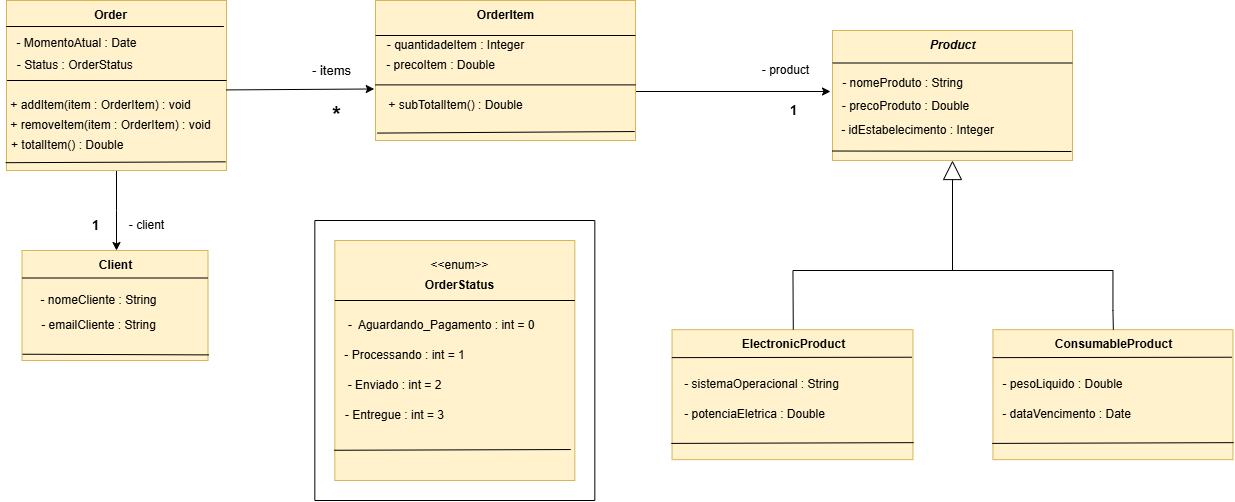
devpaulojr/OrderingSystem keeps this draw.io diagram as Imagens/Arquitetura_updated.drawio.png. Above is the earlier version. Source tidied: cells renumbered, new cells last; positions are measured from the earlier drawing's top-left corner, leaving out a move shared by most shapes.
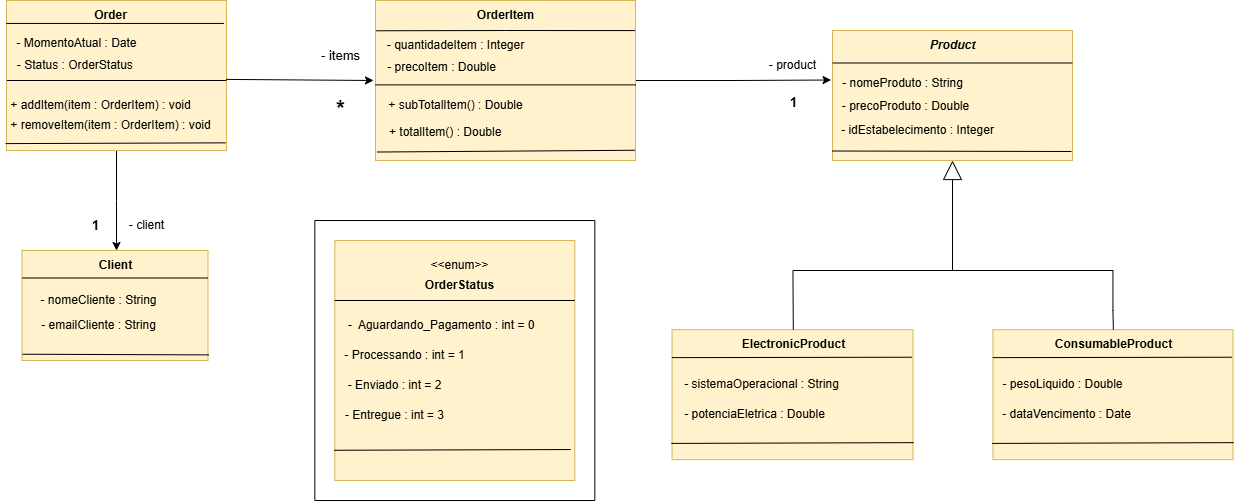
Above is the later version.

Diff of the diagram source:
```diff
@@ -2,13 +2,19 @@
   <root>
     <mxCell id="0" />
     <mxCell id="1" parent="0" />
+    <mxCell id="71" style="edgeStyle=orthogonalEdgeStyle;rounded=0;jettySize=auto;html=1;entryX=-0.01;entryY=0.238;entryDx=0;entryDy=0;entryPerimeter=0;" parent="1" edge="1" source="18" target="27">
+      <mxGeometry relative="1" as="geometry" />
+    </mxCell>
+    <mxCell id="18" style="rounded=0;whiteSpace=wrap;html=1;fillColor=#fff2cc;strokeColor=#d6b656;" parent="1" vertex="1">
+      <mxGeometry x="375" width="260" height="160" as="geometry" />
+    </mxCell>
     <mxCell id="2" style="edgeStyle=orthogonalEdgeStyle;rounded=0;jettySize=auto;html=1;exitX=0.5;exitY=1;exitDx=0;exitDy=0;" parent="1" edge="1" source="3">
       <mxGeometry relative="1" as="geometry">
         <mxPoint x="116" y="250" as="targetPoint" />
       </mxGeometry>
     </mxCell>
     <mxCell id="3" style="rounded=0;whiteSpace=wrap;html=1;fillColor=#fff2cc;strokeColor=#d6b656;" parent="1" vertex="1">
-      <mxGeometry x="6" width="220" height="170" as="geometry" />
+      <mxGeometry x="6" width="220" height="150" as="geometry" />
     </mxCell>
     <mxCell id="4" style="endArrow=none;html=1;rounded=0;exitX=-0.001;exitY=0.153;exitDx=0;exitDy=0;entryX=0.988;entryY=0.153;entryDx=0;entryDy=0;entryPerimeter=0;exitPerimeter=0;" parent="1" edge="1" source="3" target="3">
       <mxGeometry relative="1" as="geometry" />
@@ -35,7 +41,7 @@
       <mxGeometry y="110" width="220" height="30" as="geometry" />
     </mxCell>
     <mxCell id="11" value="+ totalItem() : Double&amp;nbsp;&amp;nbsp;" style="text;html=1;align=center;verticalAlign=middle;strokeColor=none;fillColor=none;" parent="1" vertex="1">
-      <mxGeometry y="130" width="140" height="30" as="geometry" />
+      <mxGeometry x="378" y="117" width="140" height="30" as="geometry" />
     </mxCell>
     <mxCell id="12" style="rounded=0;whiteSpace=wrap;html=1;fillColor=#fff2cc;strokeColor=#d6b656;" parent="1" vertex="1">
       <mxGeometry x="21.5" y="250" width="186" height="110" as="geometry" />
@@ -52,27 +58,21 @@
     <mxCell id="16" style="endArrow=none;html=1;rounded=0;entryX=0;entryY=0.25;entryDx=0;entryDy=0;exitX=1;exitY=0.25;exitDx=0;exitDy=0;" parent="1" edge="1" source="12" target="12">
       <mxGeometry relative="1" as="geometry" />
     </mxCell>
-    <mxCell id="17" style="edgeStyle=orthogonalEdgeStyle;rounded=0;jettySize=auto;html=1;exitX=1;exitY=0.75;exitDx=0;exitDy=0;entryX=0;entryY=0;entryDx=0;entryDy=0;entryPerimeter=0;" parent="1" edge="1" source="18" target="28">
-      <mxGeometry relative="1" as="geometry">
-        <Array as="points">
-          <mxPoint x="626" y="90" />
-        </Array>
-      </mxGeometry>
-    </mxCell>
-    <mxCell id="18" style="rounded=0;whiteSpace=wrap;html=1;fillColor=#fff2cc;strokeColor=#d6b656;" parent="1" vertex="1">
-      <mxGeometry x="375" width="260" height="140" as="geometry" />
-    </mxCell>
     <mxCell id="19" value="&lt;b&gt;OrderItem&lt;/b&gt;" style="text;html=1;align=center;verticalAlign=middle;strokeColor=none;fillColor=none;" parent="1" vertex="1">
       <mxGeometry x="465" width="80" height="30" as="geometry" />
     </mxCell>
-    <mxCell id="20" style="endArrow=none;html=1;rounded=0;entryX=1;entryY=0.25;entryDx=0;entryDy=0;exitX=0;exitY=0.25;exitDx=0;exitDy=0;elbow=vertical;" parent="1" edge="1" source="18" target="18">
-      <mxGeometry relative="1" as="geometry" />
+    <mxCell id="20" style="endArrow=none;html=1;rounded=0;entryX=0.998;entryY=0.188;entryDx=0;entryDy=0;exitX=0.005;exitY=0.009;exitDx=0;exitDy=0;elbow=vertical;exitPerimeter=0;entryPerimeter=0;" parent="1" edge="1" source="21" target="18">
+      <mxGeometry relative="1" as="geometry">
+        <Array as="points">
+          <mxPoint x="505" y="30" />
+        </Array>
+      </mxGeometry>
     </mxCell>
     <mxCell id="21" value="- quantidadeItem : Integer" style="text;html=1;align=center;verticalAlign=middle;points=[];strokeColor=none;fillColor=none;" parent="1" vertex="1">
       <mxGeometry x="375" y="30" width="160" height="30" as="geometry" />
     </mxCell>
     <mxCell id="22" value="- precoItem : Double" style="text;html=1;align=center;verticalAlign=middle;strokeColor=none;fillColor=none;" parent="1" vertex="1">
-      <mxGeometry x="375" y="50" width="130" height="30" as="geometry" />
+      <mxGeometry x="376" y="52" width="130" height="30" as="geometry" />
     </mxCell>
     <mxCell id="23" style="endArrow=none;html=1;rounded=0;entryX=1;entryY=0.75;entryDx=0;entryDy=0;exitX=0;exitY=0.75;exitDx=0;exitDy=0;" parent="1" edge="1">
       <mxGeometry relative="1" as="geometry">
@@ -164,10 +164,10 @@
       </mxGeometry>
     </mxCell>
     <mxCell id="47" value="&lt;b style=&quot;font-size: 22px;&quot;&gt;*&lt;/b&gt;" style="text;html=1;align=center;verticalAlign=middle;strokeColor=none;fillColor=none;spacingTop=-1;fontSize=22;" parent="1" vertex="1">
-      <mxGeometry x="321" y="95" width="30" height="40" as="geometry" />
+      <mxGeometry x="325" y="90" width="30" height="40" as="geometry" />
     </mxCell>
     <mxCell id="48" value="- items" style="text;html=1;align=center;verticalAlign=middle;strokeColor=none;fillColor=none;fontSize=13;" parent="1" vertex="1">
-      <mxGeometry x="301" y="55" width="60" height="30" as="geometry" />
+      <mxGeometry x="310" y="40" width="60" height="30" as="geometry" />
     </mxCell>
     <mxCell id="49" value="&lt;b&gt;&lt;font style=&quot;font-size: 13px;&quot;&gt;1&lt;/font&gt;&lt;/b&gt;" style="text;html=1;align=center;verticalAlign=middle;strokeColor=none;fillColor=none;" parent="1" vertex="1">
       <mxGeometry x="80" y="210" width="30" height="30" as="geometry" />
@@ -176,10 +176,10 @@
       <mxGeometry x="116" y="210" width="60" height="30" as="geometry" />
     </mxCell>
     <mxCell id="51" value="- product" style="text;html=1;align=center;verticalAlign=middle;strokeColor=none;fillColor=none;" parent="1" vertex="1">
-      <mxGeometry x="750" y="55" width="70" height="30" as="geometry" />
+      <mxGeometry x="757" y="50" width="70" height="30" as="geometry" />
     </mxCell>
     <mxCell id="52" value="&lt;b&gt;&lt;font style=&quot;font-size: 13px;&quot;&gt;1&lt;/font&gt;&lt;/b&gt;" style="text;html=1;align=center;verticalAlign=middle;strokeColor=none;fillColor=none;" parent="1" vertex="1">
-      <mxGeometry x="778.2" y="95" width="30" height="30" as="geometry" />
+      <mxGeometry x="778.2" y="87" width="30" height="30" as="geometry" />
     </mxCell>
     <mxCell id="53" style="rounded=0;whiteSpace=wrap;html=1;fillColor=#fff2cc;strokeColor=#d6b656;" parent="1" vertex="1">
       <mxGeometry x="671.6" y="329.2" width="240.9" height="130" as="geometry" />
@@ -238,8 +238,10 @@
         <mxPoint x="952" y="270" as="sourcePoint" />
       </mxGeometry>
     </mxCell>
-    <mxCell id="68" style="endArrow=classic;html=1;rounded=0;exitX=0.998;exitY=0.526;exitDx=0;exitDy=0;exitPerimeter=0;entryX=-0.005;entryY=0.632;entryDx=0;entryDy=0;entryPerimeter=0;" parent="1" edge="1" source="3" target="18">
-      <mxGeometry relative="1" as="geometry" />
+    <mxCell id="68" style="endArrow=classic;html=1;rounded=0;exitX=0.998;exitY=0.526;exitDx=0;exitDy=0;exitPerimeter=0;" parent="1" edge="1" source="3">
+      <mxGeometry relative="1" as="geometry">
+        <mxPoint x="373" y="80" as="targetPoint" />
+      </mxGeometry>
     </mxCell>
     <mxCell id="69" value="- sistemaOperacional : String" style="text;html=1;align=center;verticalAlign=middle;strokeColor=none;fillColor=none;" parent="1" vertex="1">
       <mxGeometry x="671" y="369.2" width="180" height="30" as="geometry" />
```
